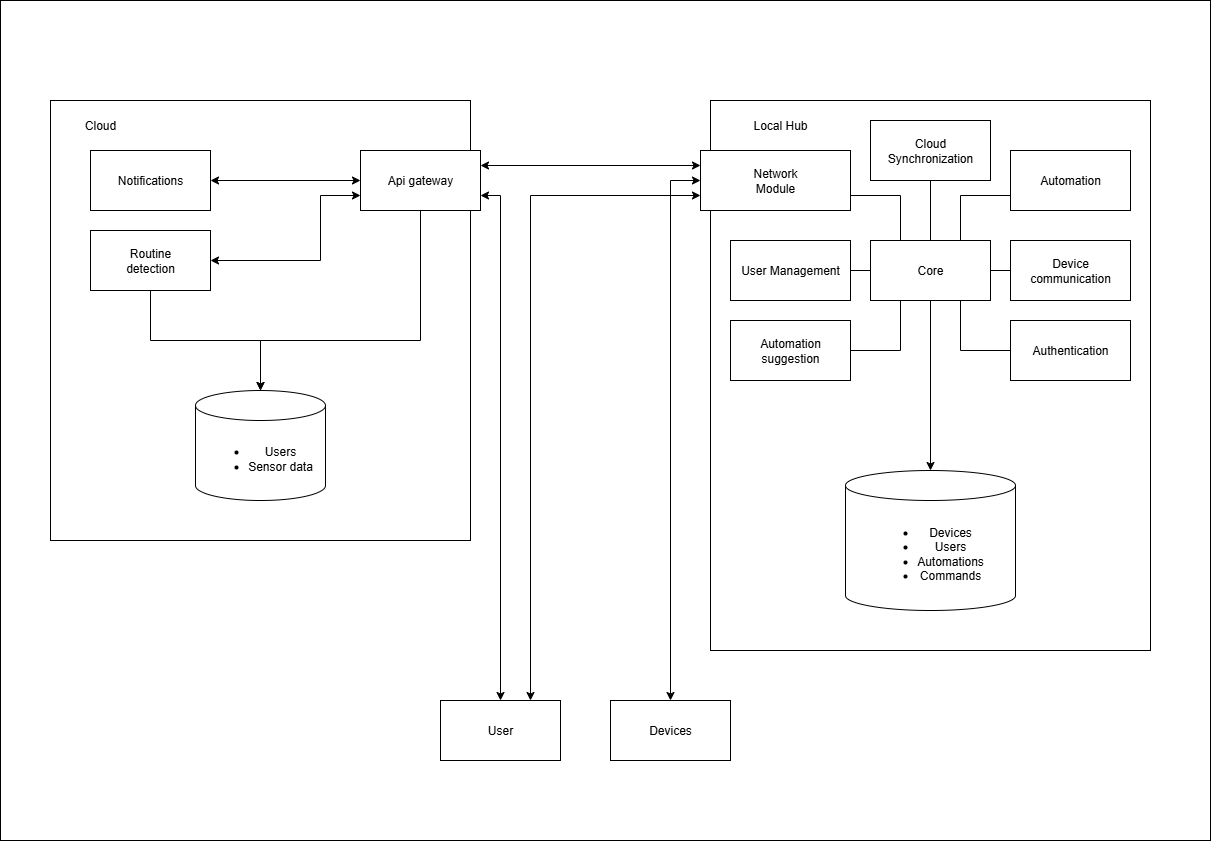
This is report/images/container.png from Shreya-Sebastian/Software_Architecture_PoC, a draw.io export, as it was before one commit. Source tidied: cells renumbered, new cells last; positions are measured from the earlier drawing's top-left corner, leaving out a move shared by most shapes.
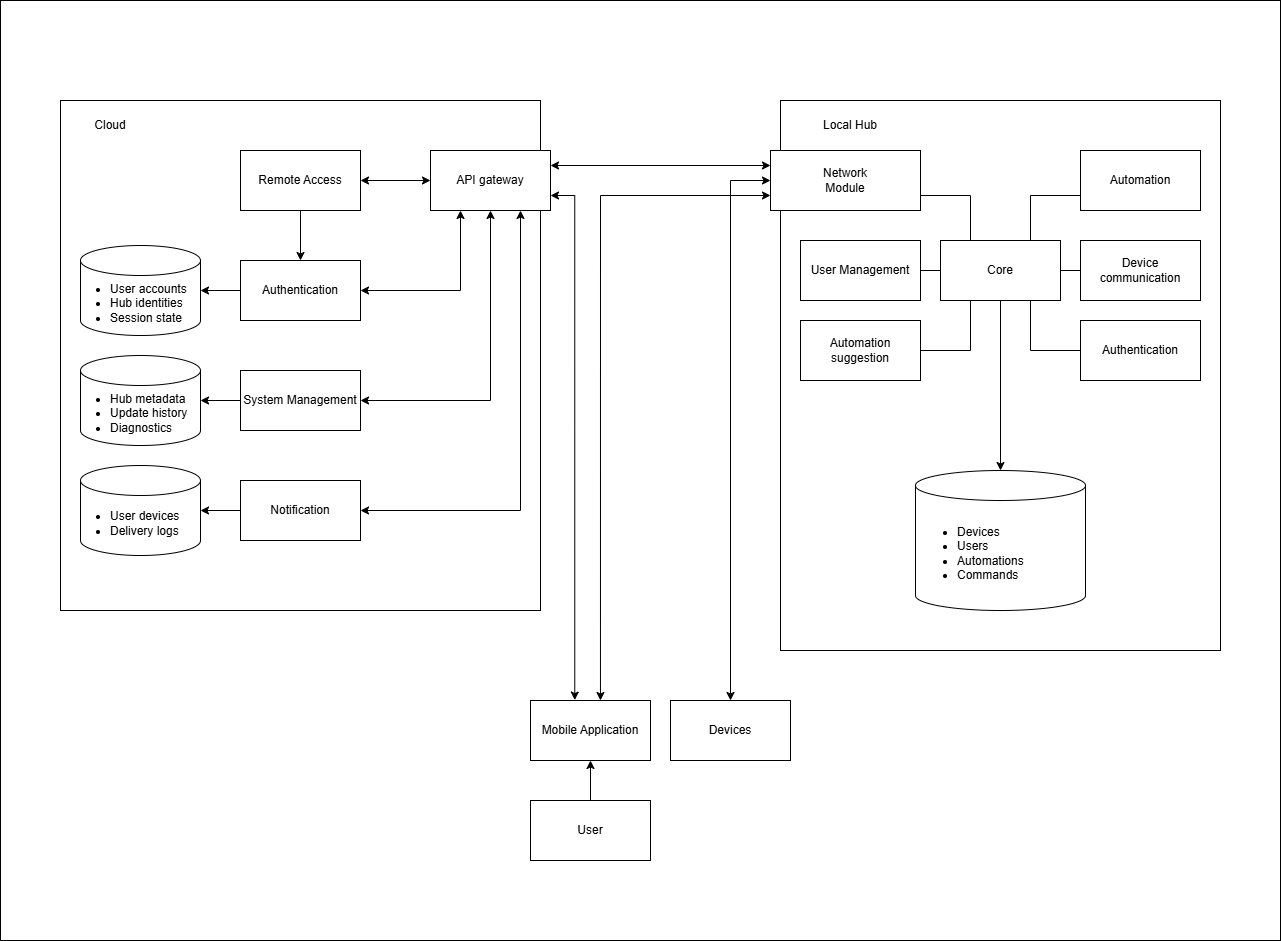
Later version of the same file.

Commit message:
updated container view png

Diff of the diagram source:
```diff
@@ -3,7 +3,7 @@
     <mxCell id="0" />
     <mxCell id="1" parent="0" />
     <mxCell id="2" value="&lt;p&gt;&lt;br&gt;&lt;/p&gt;" style="rounded=0;whiteSpace=wrap;html=1;align=left;" parent="1" vertex="1">
-      <mxGeometry width="1210" height="840" as="geometry" />
+      <mxGeometry x="-70" width="1280" height="940" as="geometry" />
     </mxCell>
     <mxCell id="3" value="&lt;p&gt;&lt;br&gt;&lt;/p&gt;" style="rounded=0;whiteSpace=wrap;html=1;align=left;" parent="1" vertex="1">
       <mxGeometry x="710" y="100" width="440" height="550" as="geometry" />
@@ -11,39 +11,33 @@
     <mxCell id="4" value="Local Hub" style="rounded=0;whiteSpace=wrap;html=1;strokeColor=none;" parent="1" vertex="1">
       <mxGeometry x="740" y="110" width="80" height="30" as="geometry" />
     </mxCell>
-    <mxCell id="5" value="&lt;ul&gt;&lt;li&gt;Devices&lt;/li&gt;&lt;li&gt;Users&lt;/li&gt;&lt;li&gt;Automations&lt;/li&gt;&lt;li&gt;Commands&lt;/li&gt;&lt;/ul&gt;" style="shape=cylinder3;whiteSpace=wrap;html=1;boundedLbl=1;backgroundOutline=1;size=15;" parent="1" vertex="1">
+    <mxCell id="5" value="&lt;ul&gt;&lt;li&gt;Devices&lt;/li&gt;&lt;li&gt;Users&lt;/li&gt;&lt;li&gt;Automations&lt;/li&gt;&lt;li&gt;Commands&lt;/li&gt;&lt;/ul&gt;" style="shape=cylinder3;whiteSpace=wrap;html=1;boundedLbl=1;backgroundOutline=1;size=15;align=left;" parent="1" vertex="1">
       <mxGeometry x="845" y="470" width="170" height="140" as="geometry" />
     </mxCell>
     <mxCell id="6" value="&lt;p&gt;&lt;br&gt;&lt;/p&gt;" style="rounded=0;whiteSpace=wrap;html=1;align=left;" parent="1" vertex="1">
-      <mxGeometry x="50" y="100" width="420" height="440" as="geometry" />
+      <mxGeometry x="-10" y="100" width="480" height="510" as="geometry" />
     </mxCell>
     <mxCell id="7" value="Cloud" style="rounded=0;whiteSpace=wrap;html=1;strokeColor=none;" parent="1" vertex="1">
-      <mxGeometry x="60" y="110" width="80" height="30" as="geometry" />
+      <mxGeometry y="110" width="80" height="30" as="geometry" />
     </mxCell>
-    <mxCell id="8" style="edgeStyle=orthogonalEdgeStyle;rounded=0;jettySize=auto;html=1;entryX=0.5;entryY=0;entryDx=0;entryDy=0;endArrow=none;endFill=0;" parent="1" edge="1" source="9" target="30">
-      <mxGeometry relative="1" as="geometry" />
-    </mxCell>
-    <mxCell id="9" value="Cloud&lt;div&gt;Synchronization&lt;/div&gt;" style="rounded=0;whiteSpace=wrap;html=1;" parent="1" vertex="1">
-      <mxGeometry x="870" y="120" width="120" height="60" as="geometry" />
-    </mxCell>
     <mxCell id="10" style="edgeStyle=orthogonalEdgeStyle;rounded=0;jettySize=auto;html=1;exitX=1;exitY=0.75;exitDx=0;exitDy=0;entryX=0.25;entryY=0;entryDx=0;entryDy=0;endArrow=none;endFill=0;" parent="1" edge="1" source="11" target="30">
       <mxGeometry relative="1" as="geometry" />
     </mxCell>
     <mxCell id="11" value="Network&lt;div&gt;Module&lt;/div&gt;" style="rounded=0;whiteSpace=wrap;html=1;" parent="1" vertex="1">
       <mxGeometry x="700" y="150" width="150" height="60" as="geometry" />
     </mxCell>
-    <mxCell id="12" style="edgeStyle=orthogonalEdgeStyle;rounded=0;jettySize=auto;html=1;exitX=0.5;exitY=0;exitDx=0;exitDy=0;entryX=1;entryY=0.75;entryDx=0;entryDy=0;endArrow=classic;endFill=1;startArrow=classic;startFill=1;" parent="1" edge="1" source="14" target="24">
+    <mxCell id="12" style="edgeStyle=orthogonalEdgeStyle;rounded=0;jettySize=auto;html=1;exitX=0.369;exitY=-0.007;exitDx=0;exitDy=0;entryX=1;entryY=0.75;entryDx=0;entryDy=0;endArrow=classic;endFill=1;startArrow=classic;startFill=1;exitPerimeter=0;" parent="1" edge="1" source="14" target="24">
       <mxGeometry relative="1" as="geometry">
         <Array as="points">
-          <mxPoint x="500" y="195" />
+          <mxPoint x="504" y="195" />
         </Array>
       </mxGeometry>
     </mxCell>
-    <mxCell id="13" style="edgeStyle=orthogonalEdgeStyle;rounded=0;jettySize=auto;html=1;exitX=0.75;exitY=0;exitDx=0;exitDy=0;entryX=0;entryY=0.75;entryDx=0;entryDy=0;startArrow=classic;startFill=1;" parent="1" edge="1" source="14" target="11">
+    <mxCell id="13" style="edgeStyle=orthogonalEdgeStyle;rounded=0;jettySize=auto;html=1;exitX=0.583;exitY=0;exitDx=0;exitDy=0;entryX=0;entryY=0.75;entryDx=0;entryDy=0;startArrow=classic;startFill=1;exitPerimeter=0;" parent="1" edge="1" source="14" target="11">
       <mxGeometry relative="1" as="geometry" />
     </mxCell>
-    <mxCell id="14" value="User" style="rounded=0;whiteSpace=wrap;html=1;" parent="1" vertex="1">
-      <mxGeometry x="440" y="700" width="120" height="60" as="geometry" />
+    <mxCell id="14" value="Mobile Application" style="rounded=0;whiteSpace=wrap;html=1;" parent="1" vertex="1">
+      <mxGeometry x="460" y="700" width="120" height="60" as="geometry" />
     </mxCell>
     <mxCell id="15" style="edgeStyle=orthogonalEdgeStyle;rounded=0;jettySize=auto;html=1;exitX=0;exitY=0.5;exitDx=0;exitDy=0;entryX=1;entryY=0.75;entryDx=0;entryDy=0;endArrow=none;endFill=0;" parent="1" edge="1" source="16" target="30">
       <mxGeometry relative="1" as="geometry" />
@@ -69,28 +63,26 @@
     <mxCell id="22" style="edgeStyle=orthogonalEdgeStyle;rounded=0;jettySize=auto;html=1;entryX=1;entryY=0.5;entryDx=0;entryDy=0;startArrow=classic;startFill=1;" parent="1" edge="1" source="24" target="25">
       <mxGeometry relative="1" as="geometry" />
     </mxCell>
-    <mxCell id="23" style="edgeStyle=orthogonalEdgeStyle;rounded=0;jettySize=auto;html=1;exitX=0;exitY=0.75;exitDx=0;exitDy=0;entryX=1;entryY=0.5;entryDx=0;entryDy=0;endArrow=classic;endFill=1;startArrow=classic;startFill=1;" parent="1" edge="1" source="24" target="26">
-      <mxGeometry relative="1" as="geometry">
-        <Array as="points">
-          <mxPoint x="320" y="195" />
-          <mxPoint x="320" y="260" />
-        </Array>
-      </mxGeometry>
-    </mxCell>
-    <mxCell id="24" value="Api gateway" style="rounded=0;whiteSpace=wrap;html=1;" parent="1" vertex="1">
+    <mxCell id="24" value="API gateway" style="rounded=0;whiteSpace=wrap;html=1;" parent="1" vertex="1">
       <mxGeometry x="360" y="150" width="120" height="60" as="geometry" />
     </mxCell>
+    <mxCell id="38" style="edgeStyle=orthogonalEdgeStyle;rounded=0;jettySize=auto;html=1;exitX=0.5;exitY=1;exitDx=0;exitDy=0;" parent="1" edge="1" source="25" target="26">
+      <mxGeometry relative="1" as="geometry" />
+    </mxCell>
-    <mxCell id="25" value="Notifications" style="rounded=0;whiteSpace=wrap;html=1;" parent="1" vertex="1">
-      <mxGeometry x="90" y="150" width="120" height="60" as="geometry" />
+    <mxCell id="25" value="Remote Access" style="rounded=0;whiteSpace=wrap;html=1;" parent="1" vertex="1">
+      <mxGeometry x="170" y="150" width="120" height="60" as="geometry" />
     </mxCell>
+    <mxCell id="39" style="edgeStyle=orthogonalEdgeStyle;rounded=0;jettySize=auto;html=1;exitX=1;exitY=0.5;exitDx=0;exitDy=0;entryX=0.25;entryY=1;entryDx=0;entryDy=0;startArrow=classic;startFill=1;" parent="1" edge="1" source="26" target="24">
+      <mxGeometry relative="1" as="geometry" />
+    </mxCell>
-    <mxCell id="26" value="Routine&lt;div&gt;detection&lt;/div&gt;" style="rounded=0;whiteSpace=wrap;html=1;" parent="1" vertex="1">
-      <mxGeometry x="90" y="230" width="120" height="60" as="geometry" />
+    <mxCell id="26" value="Authentication" style="rounded=0;whiteSpace=wrap;html=1;" parent="1" vertex="1">
+      <mxGeometry x="170" y="260" width="120" height="60" as="geometry" />
     </mxCell>
     <mxCell id="27" style="edgeStyle=orthogonalEdgeStyle;rounded=0;jettySize=auto;html=1;exitX=0.5;exitY=0;exitDx=0;exitDy=0;entryX=0;entryY=0.5;entryDx=0;entryDy=0;startArrow=classic;startFill=1;" parent="1" edge="1" source="28" target="11">
       <mxGeometry relative="1" as="geometry" />
     </mxCell>
     <mxCell id="28" value="Devices" style="rounded=0;whiteSpace=wrap;html=1;" parent="1" vertex="1">
-      <mxGeometry x="610" y="700" width="120" height="60" as="geometry" />
+      <mxGeometry x="600" y="700" width="120" height="60" as="geometry" />
     </mxCell>
     <mxCell id="29" style="edgeStyle=orthogonalEdgeStyle;rounded=0;jettySize=auto;html=1;" parent="1" edge="1" source="30" target="5">
       <mxGeometry relative="1" as="geometry" />
@@ -110,19 +102,41 @@
     <mxCell id="34" value="Automation suggestion" style="rounded=0;whiteSpace=wrap;html=1;" parent="1" vertex="1">
       <mxGeometry x="730" y="320" width="120" height="60" as="geometry" />
     </mxCell>
-    <mxCell id="35" style="edgeStyle=orthogonalEdgeStyle;rounded=0;jettySize=auto;html=1;entryX=0.5;entryY=1;entryDx=0;entryDy=0;endArrow=none;endFill=0;startArrow=classic;startFill=1;" parent="1" edge="1" source="37" target="26">
-      <mxGeometry relative="1" as="geometry" />
-    </mxCell>
-    <mxCell id="36" style="edgeStyle=orthogonalEdgeStyle;rounded=0;jettySize=auto;html=1;entryX=0.5;entryY=1;entryDx=0;entryDy=0;exitX=0.5;exitY=0;exitDx=0;exitDy=0;exitPerimeter=0;startArrow=classic;startFill=0;endArrow=none;endFill=0;" parent="1" edge="1" source="37" target="24">
-      <mxGeometry relative="1" as="geometry">
-        <Array as="points">
-          <mxPoint x="260" y="340" />
-          <mxPoint x="420" y="340" />
-        </Array>
-      </mxGeometry>
-    </mxCell>
-    <mxCell id="37" value="&lt;ul&gt;&lt;li&gt;Users&lt;/li&gt;&lt;li&gt;Sensor data&lt;/li&gt;&lt;/ul&gt;" style="shape=cylinder3;whiteSpace=wrap;html=1;boundedLbl=1;backgroundOutline=1;size=15;" parent="1" vertex="1">
-      <mxGeometry x="195" y="390" width="130" height="110" as="geometry" />
-    </mxCell>
+    <mxCell id="40" style="edgeStyle=orthogonalEdgeStyle;rounded=0;jettySize=auto;html=1;entryX=0.5;entryY=1;entryDx=0;entryDy=0;" parent="1" edge="1" source="41" target="14">
+      <mxGeometry relative="1" as="geometry" />
+    </mxCell>
+    <mxCell id="41" value="User" style="rounded=0;whiteSpace=wrap;html=1;" parent="1" vertex="1">
+      <mxGeometry x="460" y="800" width="120" height="60" as="geometry" />
+    </mxCell>
+    <mxCell id="42" style="edgeStyle=orthogonalEdgeStyle;rounded=0;jettySize=auto;html=1;exitX=0;exitY=0.5;exitDx=0;exitDy=0;" parent="1" edge="1" source="43" target="49">
+      <mxGeometry relative="1" as="geometry" />
+    </mxCell>
+    <mxCell id="43" value="System Management" style="rounded=0;whiteSpace=wrap;html=1;" parent="1" vertex="1">
+      <mxGeometry x="170" y="370" width="120" height="60" as="geometry" />
+    </mxCell>
+    <mxCell id="44" style="edgeStyle=orthogonalEdgeStyle;rounded=0;jettySize=auto;html=1;entryX=0.5;entryY=1;entryDx=0;entryDy=0;startArrow=classic;startFill=1;" parent="1" edge="1" source="43" target="24">
+      <mxGeometry relative="1" as="geometry" />
+    </mxCell>
+    <mxCell id="45" value="Notification" style="rounded=0;whiteSpace=wrap;html=1;" parent="1" vertex="1">
+      <mxGeometry x="170" y="480" width="120" height="60" as="geometry" />
+    </mxCell>
+    <mxCell id="46" value="&lt;ul&gt;&lt;li&gt;User devices&lt;/li&gt;&lt;li&gt;Delivery logs&lt;/li&gt;&lt;/ul&gt;" style="shape=cylinder3;whiteSpace=wrap;html=1;boundedLbl=1;backgroundOutline=1;size=15;align=left;spacingLeft=-12;" parent="1" vertex="1">
+      <mxGeometry x="10" y="465" width="120" height="90" as="geometry" />
+    </mxCell>
+    <mxCell id="47" style="edgeStyle=orthogonalEdgeStyle;rounded=0;jettySize=auto;html=1;entryX=0.75;entryY=1;entryDx=0;entryDy=0;startArrow=classic;startFill=1;" parent="1" edge="1" source="45" target="24">
+      <mxGeometry relative="1" as="geometry" />
+    </mxCell>
+    <mxCell id="48" value="&lt;ul&gt;&lt;li&gt;User accounts&lt;/li&gt;&lt;li&gt;Hub identities&lt;/li&gt;&lt;li&gt;Session state&lt;/li&gt;&lt;/ul&gt;" style="shape=cylinder3;whiteSpace=wrap;html=1;boundedLbl=1;backgroundOutline=1;size=15;align=left;spacingLeft=-12;" parent="1" vertex="1">
+      <mxGeometry x="10" y="245" width="120" height="90" as="geometry" />
+    </mxCell>
+    <mxCell id="49" value="&lt;ul&gt;&lt;li&gt;Hub metadata&lt;/li&gt;&lt;li&gt;Update history&lt;/li&gt;&lt;li&gt;Diagnostics&lt;/li&gt;&lt;/ul&gt;" style="shape=cylinder3;whiteSpace=wrap;html=1;boundedLbl=1;backgroundOutline=1;size=15;align=left;spacingLeft=-12;" parent="1" vertex="1">
+      <mxGeometry x="10" y="355" width="120" height="90" as="geometry" />
+    </mxCell>
+    <mxCell id="50" style="edgeStyle=orthogonalEdgeStyle;rounded=0;jettySize=auto;html=1;exitX=0;exitY=0.5;exitDx=0;exitDy=0;entryX=1;entryY=0.5;entryDx=0;entryDy=0;entryPerimeter=0;" parent="1" edge="1" source="26" target="48">
+      <mxGeometry relative="1" as="geometry" />
+    </mxCell>
+    <mxCell id="51" style="edgeStyle=orthogonalEdgeStyle;rounded=0;jettySize=auto;html=1;exitX=0;exitY=0.5;exitDx=0;exitDy=0;entryX=1;entryY=0.5;entryDx=0;entryDy=0;entryPerimeter=0;" parent="1" edge="1" source="45" target="46">
+      <mxGeometry relative="1" as="geometry" />
+    </mxCell>
   </root>
 </mxGraphModel>
```
